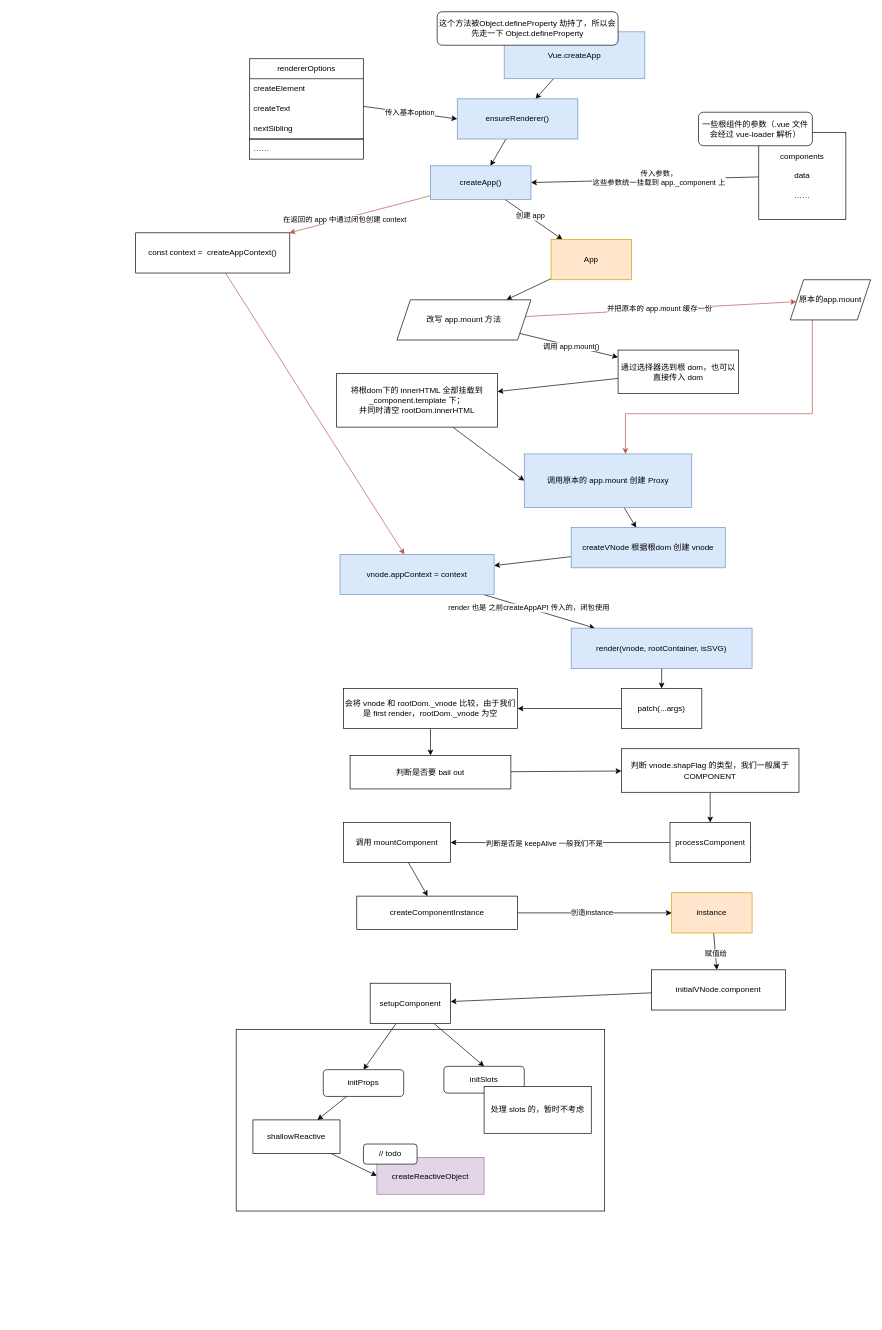
This is vue-first-render.drawio from wine-fall/drawioDisk, a draw.io file, before an edit. Source tidied: cells renumbered, new cells numbered last; positions are measured from the earlier drawing's top-left corner, leaving out a move shared by most shapes. Both pictures are drawn from the tidied source at 67%, with x=0, y=0 at pixel (135, 11).
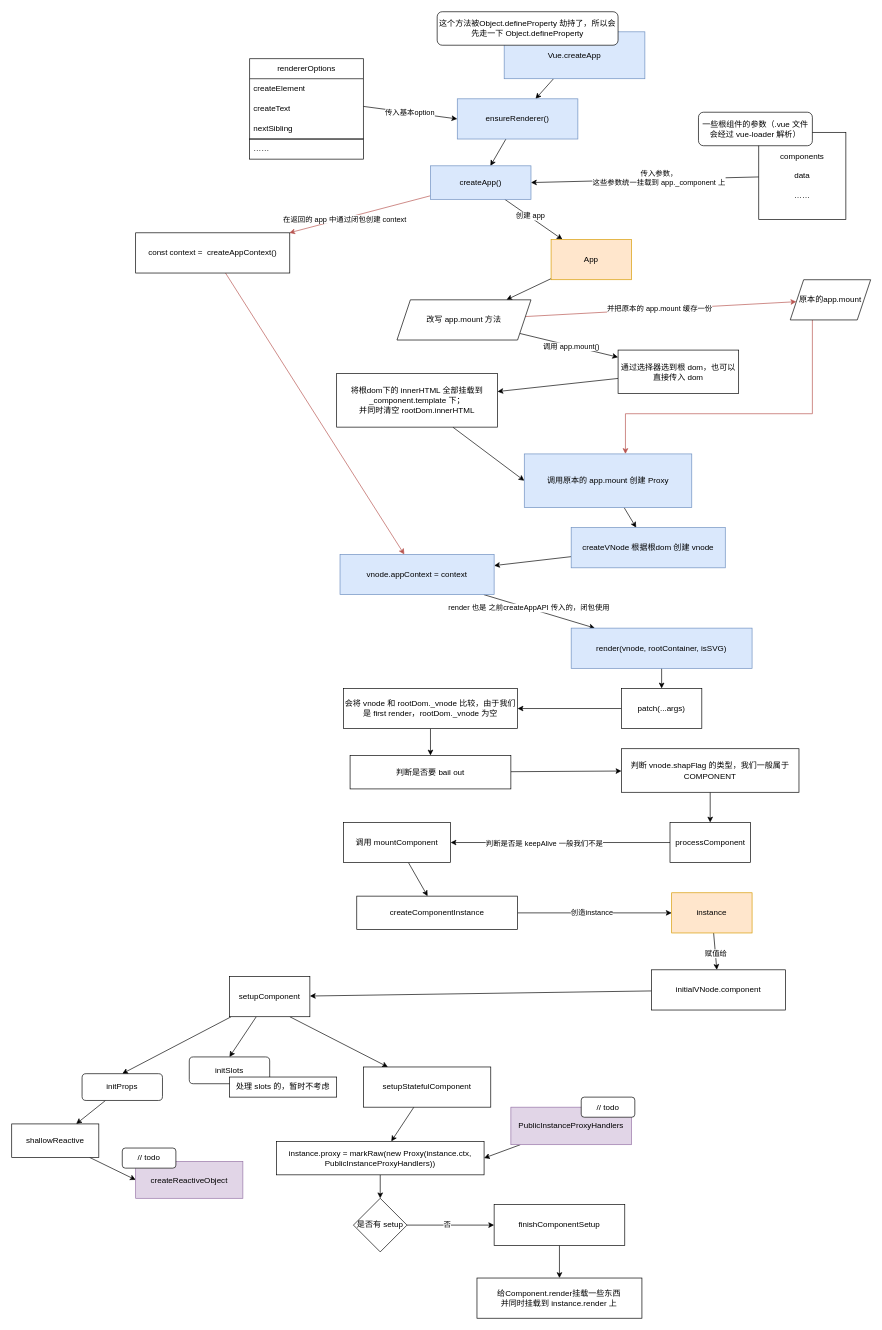
Above is the later version.

The edit, as a diff of the source:
```diff
@@
-    <mxCell id="2" style="rounded=0;whiteSpace=wrap;html=1;" parent="1" vertex="1">
-      <mxGeometry x="150" y="1519" width="550" height="271" as="geometry" />
-    </mxCell>
+    <mxCell id="81" style="edgeStyle=none;rounded=0;jettySize=auto;html=1;exitX=0.75;exitY=1;exitDx=0;exitDy=0;" parent="1" edge="1" source="72" target="83">
+      <mxGeometry relative="1" as="geometry" />
+    </mxCell>
@@
     <mxCell id="72" value="setupComponent" style="rounded=0;whiteSpace=wrap;html=1;" parent="1" vertex="1">
-      <mxGeometry x="350" y="1450" width="120" height="60" as="geometry" />
+      <mxGeometry x="140" y="1440" width="120" height="60" as="geometry" />
     </mxCell>
@@
     <mxCell id="74" value="initProps" style="rounded=1;whiteSpace=wrap;html=1;" parent="1" vertex="1">
-      <mxGeometry x="280" y="1579" width="120" height="40" as="geometry" />
+      <mxGeometry x="-80" y="1585" width="120" height="40" as="geometry" />
     </mxCell>
     <mxCell id="75" value="initSlots" style="rounded=1;whiteSpace=wrap;html=1;" parent="1" vertex="1">
-      <mxGeometry x="460" y="1574" width="120" height="40" as="geometry" />
+      <mxGeometry x="80" y="1560" width="120" height="40" as="geometry" />
     </mxCell>
@@
     <mxCell id="77" value="shallowReactive" style="rounded=0;whiteSpace=wrap;html=1;" parent="1" vertex="1">
-      <mxGeometry x="175" y="1654" width="130" height="50" as="geometry" />
+      <mxGeometry x="-185" y="1660" width="130" height="50" as="geometry" />
     </mxCell>
     <mxCell id="78" value="createReactiveObject" style="rounded=0;whiteSpace=wrap;html=1;fillColor=#e1d5e7;strokeColor=#9673a6;" parent="1" vertex="1">
-      <mxGeometry x="360" y="1710" width="160" height="55" as="geometry" />
+      <mxGeometry y="1716" width="160" height="55" as="geometry" />
     </mxCell>
     <mxCell id="79" value="// todo" style="rounded=1;whiteSpace=wrap;html=1;" parent="1" vertex="1">
-      <mxGeometry x="340" y="1690" width="80" height="30" as="geometry" />
+      <mxGeometry x="-20" y="1696" width="80" height="30" as="geometry" />
     </mxCell>
     <mxCell id="80" value="处理 slots 的，暂时不考虑" style="rounded=0;whiteSpace=wrap;html=1;" parent="1" vertex="1">
-      <mxGeometry x="520" y="1604" width="160" height="70" as="geometry" />
+      <mxGeometry x="140" y="1590" width="160" height="30" as="geometry" />
     </mxCell>
+    <mxCell id="82" style="edgeStyle=none;rounded=0;jettySize=auto;html=1;" parent="1" edge="1" source="83" target="85">
+      <mxGeometry relative="1" as="geometry" />
+    </mxCell>
+    <mxCell id="83" value="setupStatefulComponent" style="rounded=0;whiteSpace=wrap;html=1;" parent="1" vertex="1">
+      <mxGeometry x="340" y="1575" width="190" height="60" as="geometry" />
+    </mxCell>
+    <mxCell id="84" style="edgeStyle=none;rounded=0;jettySize=auto;html=1;" parent="1" edge="1" source="85" target="91">
+      <mxGeometry relative="1" as="geometry" />
+    </mxCell>
+    <mxCell id="85" value="instance.proxy = markRaw(new Proxy(instance.ctx, PublicInstanceProxyHandlers))" style="rounded=0;whiteSpace=wrap;html=1;" parent="1" vertex="1">
+      <mxGeometry x="210" y="1686" width="310" height="50" as="geometry" />
+    </mxCell>
+    <mxCell id="86" style="edgeStyle=none;rounded=0;jettySize=auto;html=1;entryX=1;entryY=0.5;entryDx=0;entryDy=0;" parent="1" edge="1" source="87" target="85">
+      <mxGeometry relative="1" as="geometry" />
+    </mxCell>
+    <mxCell id="87" value="PublicInstanceProxyHandlers" style="rounded=0;whiteSpace=wrap;html=1;fillColor=#e1d5e7;strokeColor=#9673a6;" parent="1" vertex="1">
+      <mxGeometry x="560" y="1635" width="180" height="56" as="geometry" />
+    </mxCell>
+    <mxCell id="88" value="// todo" style="rounded=1;whiteSpace=wrap;html=1;" parent="1" vertex="1">
+      <mxGeometry x="665" y="1620" width="80" height="30" as="geometry" />
+    </mxCell>
+    <mxCell id="89" style="edgeStyle=none;rounded=0;jettySize=auto;html=1;" parent="1" edge="1" source="91" target="93">
+      <mxGeometry relative="1" as="geometry" />
+    </mxCell>
+    <mxCell id="90" value="否" style="edgeLabel;html=1;align=center;verticalAlign=middle;" parent="89" vertex="1">
+      <mxGeometry x="-0.09" y="2" relative="1" as="geometry" />
+    </mxCell>
+    <mxCell id="91" value="是否有 setup" style="rhombus;whiteSpace=wrap;html=1;" parent="1" vertex="1">
+      <mxGeometry x="325" y="1771" width="80" height="80" as="geometry" />
+    </mxCell>
+    <mxCell id="92" style="edgeStyle=none;rounded=0;jettySize=auto;html=1;" parent="1" edge="1" source="93" target="94">
+      <mxGeometry relative="1" as="geometry" />
+    </mxCell>
+    <mxCell id="93" value="finishComponentSetup" style="rounded=0;whiteSpace=wrap;html=1;" parent="1" vertex="1">
+      <mxGeometry x="535" y="1780.5" width="195" height="61" as="geometry" />
+    </mxCell>
+    <mxCell id="94" value="给Component.render挂载一些东西&lt;br&gt;并同时挂载到 instance.render 上" style="rounded=0;whiteSpace=wrap;html=1;" parent="1" vertex="1">
+      <mxGeometry x="509.4" y="1890" width="246.2" height="60" as="geometry" />
+    </mxCell>
```
